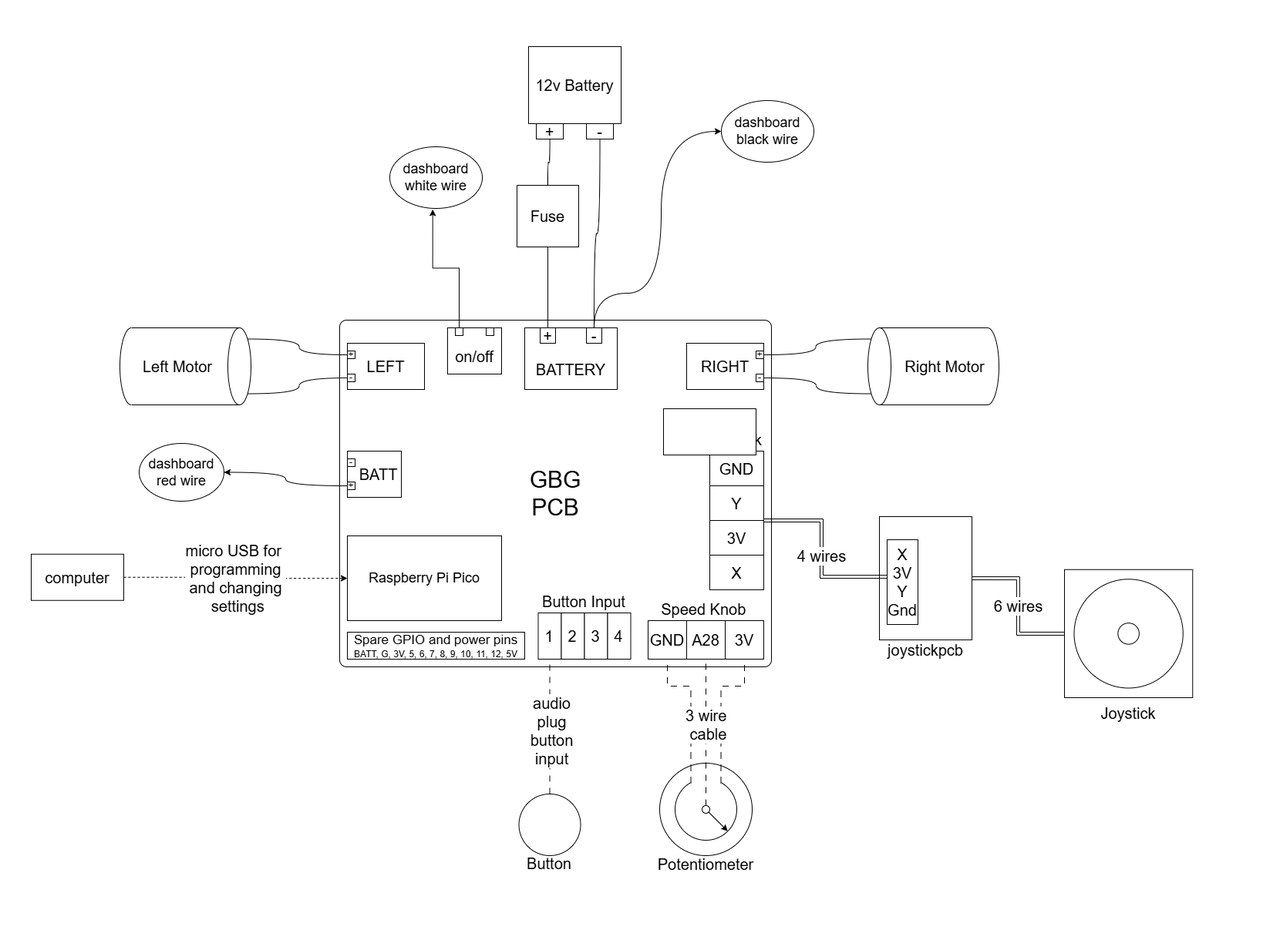
gobabygocarswithjoysticks/gbg-pcb-2 keeps this draw.io diagram as docs/instructions/car-specific/aosom-038-jeep/photos/circuit_diagram.drawio.png. Above is the earlier version. Source tidied: cells renumbered, new cells last; positions are measured from the earlier drawing's top-left corner, leaving out a move shared by most shapes.
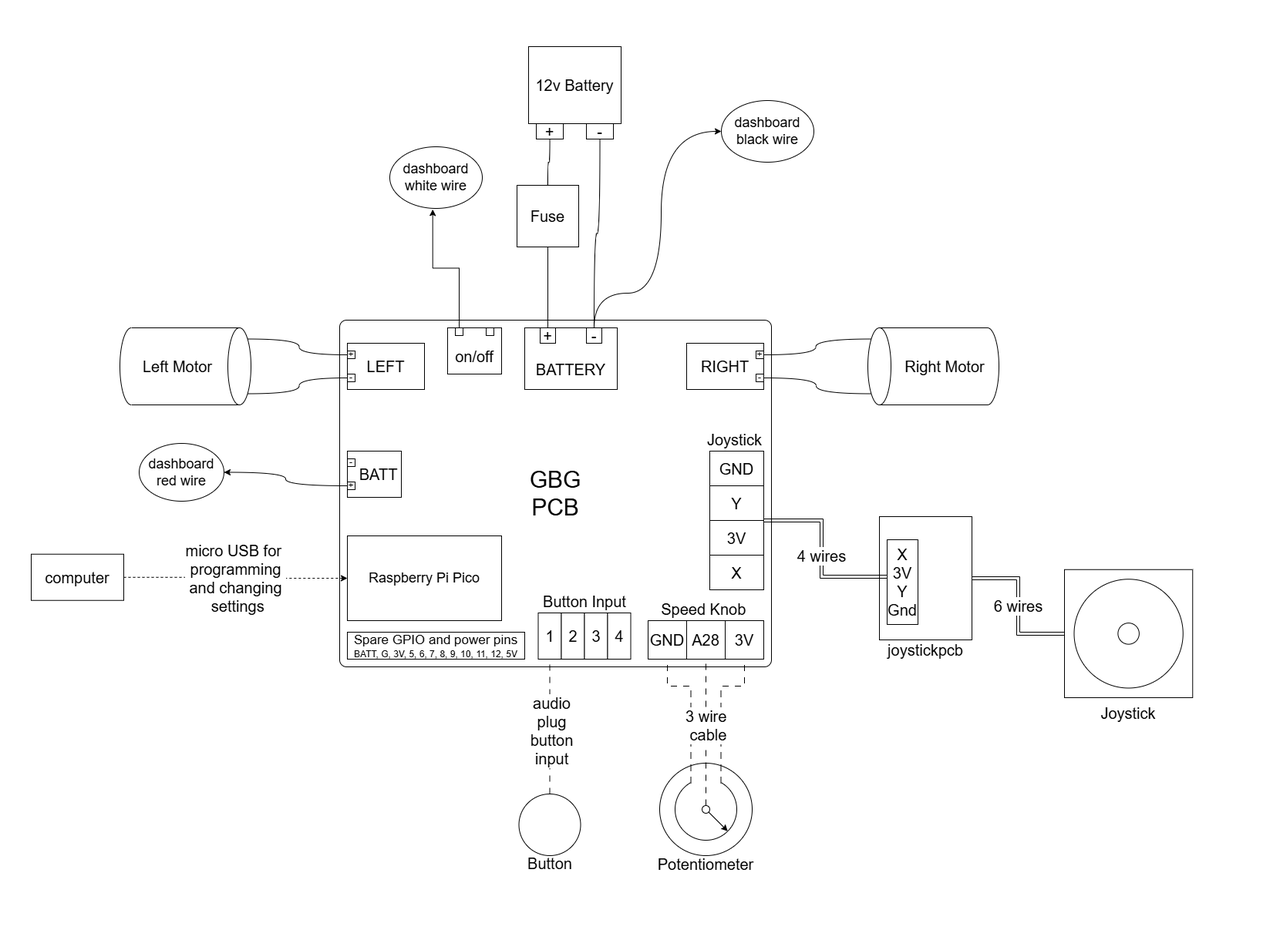
Above is the later version.

Diff of the diagram source:
```diff
@@ -259,9 +259,6 @@
     <mxCell id="78" value="&lt;font style=&quot;font-size: 20px;&quot;&gt;Joystick&lt;/font&gt;" style="rounded=0;whiteSpace=wrap;html=1;strokeColor=none;fillColor=none;" parent="1" vertex="1">
       <mxGeometry x="910" y="555" width="85" height="30" as="geometry" />
     </mxCell>
-    <mxCell id="79" style="rounded=0;whiteSpace=wrap;html=1;" parent="1" vertex="1">
-      <mxGeometry x="860" y="530" width="120" height="60" as="geometry" />
-    </mxCell>
     <mxCell id="80" value="&lt;font style=&quot;font-size: 18px;&quot;&gt;dashboard&lt;/font&gt;&lt;div&gt;&lt;font style=&quot;font-size: 18px;&quot;&gt;white wire&lt;/font&gt;&lt;/div&gt;" style="ellipse;whiteSpace=wrap;html=1;" parent="1" vertex="1">
       <mxGeometry x="505" y="190" width="120" height="80" as="geometry" />
     </mxCell>
```
